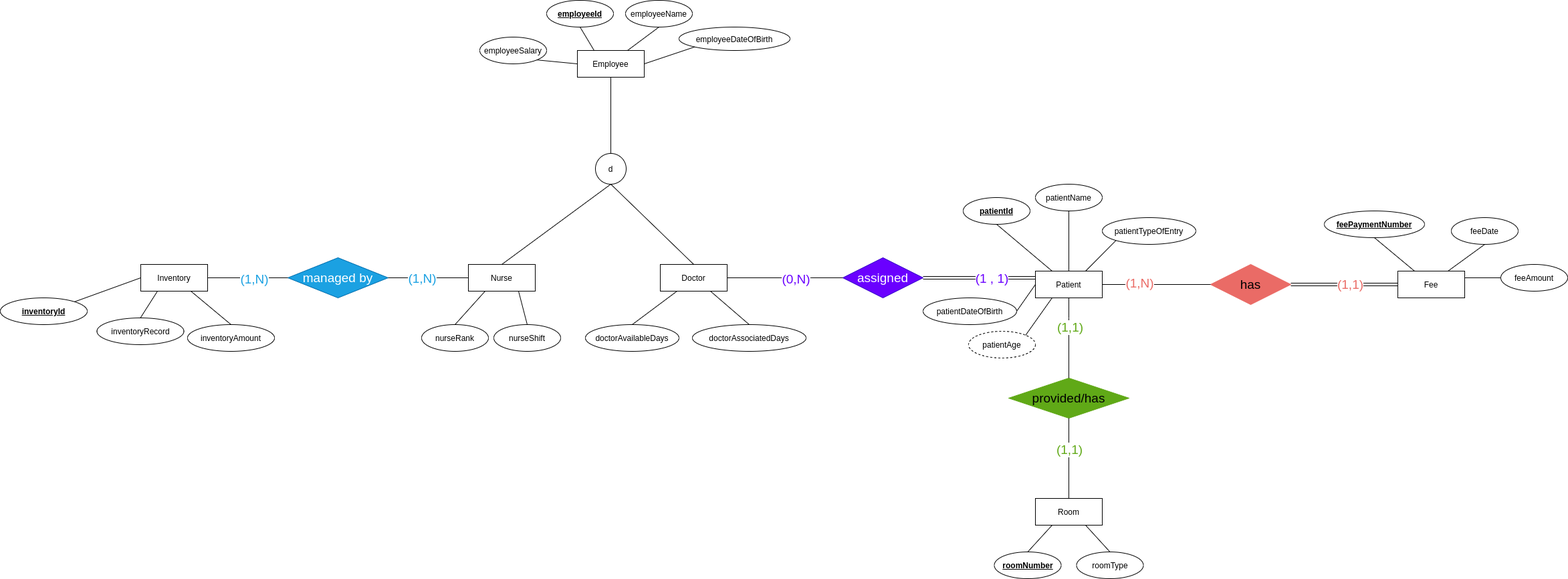
The draw.io diagram System Analysis/Data Modeling/ERRModel.png in MrMoon/Bloom, before a commit. Source tidied: cells renumbered, new cells last; positions are measured from the earlier drawing's top-left corner, leaving out a move shared by most shapes.
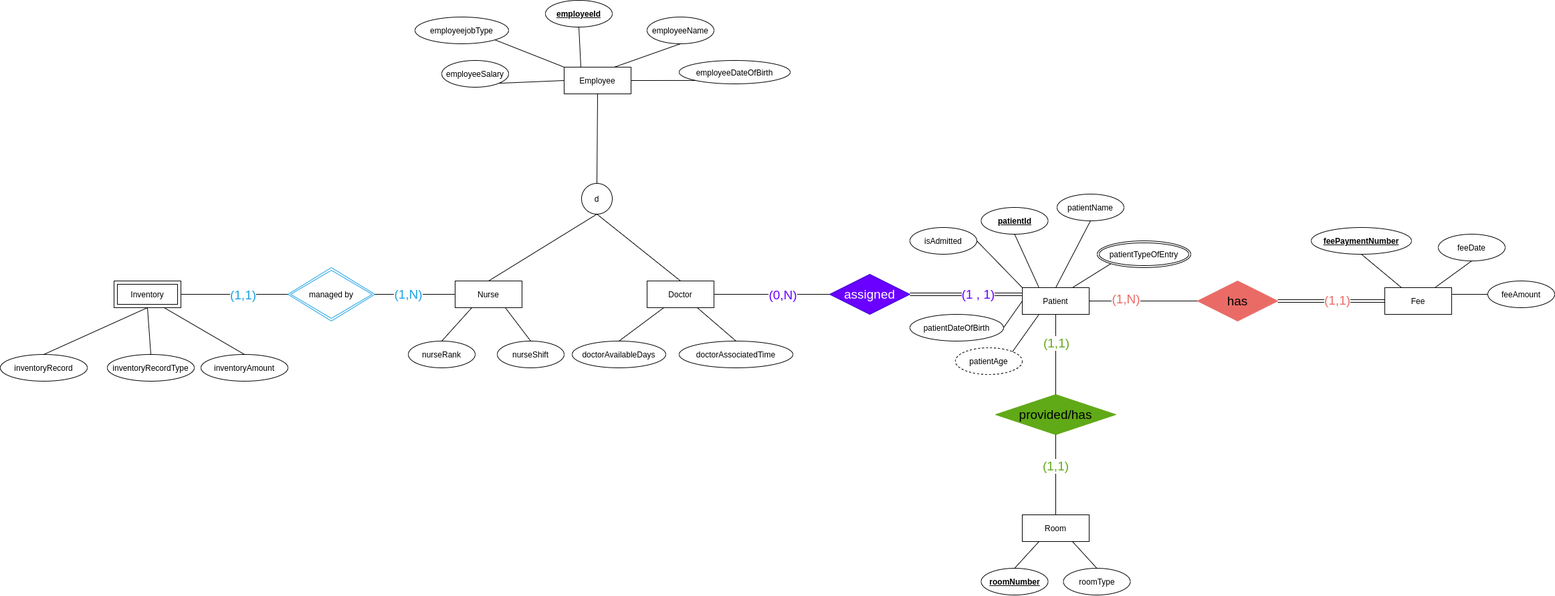
After the change.

What changed in the source:
```diff
@@ -6,10 +6,10 @@
       <mxGeometry x="1548" y="405" width="100" height="40" as="geometry" />
     </mxCell>
     <mxCell id="3" value="&lt;b&gt;patientId&lt;/b&gt;" style="ellipse;whiteSpace=wrap;html=1;align=center;fontStyle=4;" parent="1" vertex="1">
-      <mxGeometry x="1440" y="295" width="100" height="40" as="geometry" />
+      <mxGeometry x="1486.5" y="285" width="100" height="40" as="geometry" />
     </mxCell>
     <mxCell id="4" value="patientName" style="ellipse;whiteSpace=wrap;html=1;align=center;" parent="1" vertex="1">
-      <mxGeometry x="1548" y="275" width="100" height="40" as="geometry" />
+      <mxGeometry x="1600" y="265" width="100" height="40" as="geometry" />
     </mxCell>
     <mxCell id="5" value="patientDateOfBirth" style="ellipse;whiteSpace=wrap;html=1;align=center;" parent="1" vertex="1">
       <mxGeometry x="1380" y="445" width="140" height="40" as="geometry" />
@@ -17,8 +17,8 @@
     <mxCell id="6" value="patientAge" style="ellipse;whiteSpace=wrap;html=1;align=center;dashed=1;" parent="1" vertex="1">
       <mxGeometry x="1448" y="495" width="100" height="40" as="geometry" />
     </mxCell>
-    <mxCell id="7" value="patientTypeOfEntry" style="ellipse;shape=ellipse;margin=3;whiteSpace=wrap;html=1;align=center;" parent="1" vertex="1">
-      <mxGeometry x="1648" y="325" width="140" height="40" as="geometry" />
+    <mxCell id="7" value="patientTypeOfEntry" style="ellipse;shape=doubleEllipse;margin=3;whiteSpace=wrap;html=1;align=center;" parent="1" vertex="1">
+      <mxGeometry x="1660" y="335" width="140" height="40" as="geometry" />
     </mxCell>
     <mxCell id="8" value="Room" style="whiteSpace=wrap;html=1;align=center;" parent="1" vertex="1">
       <mxGeometry x="1548" y="745" width="100" height="40" as="geometry" />
@@ -75,16 +75,16 @@
       <mxGeometry x="863" y="75" width="100" height="40" as="geometry" />
     </mxCell>
     <mxCell id="26" value="&lt;u&gt;&lt;b&gt;employeeId&lt;/b&gt;&lt;/u&gt;" style="ellipse;whiteSpace=wrap;html=1;align=center;" parent="1" vertex="1">
-      <mxGeometry x="817" width="100" height="40" as="geometry" />
+      <mxGeometry x="835" y="-25" width="100" height="40" as="geometry" />
     </mxCell>
     <mxCell id="27" value="employeeName" style="ellipse;whiteSpace=wrap;html=1;align=center;" parent="1" vertex="1">
-      <mxGeometry x="935" width="100" height="40" as="geometry" />
+      <mxGeometry x="987" width="100" height="40" as="geometry" />
     </mxCell>
     <mxCell id="28" value="employeeSalary" style="ellipse;whiteSpace=wrap;html=1;align=center;" parent="1" vertex="1">
-      <mxGeometry x="717" y="55" width="100" height="40" as="geometry" />
+      <mxGeometry x="680" y="65" width="100" height="40" as="geometry" />
     </mxCell>
     <mxCell id="29" value="employeeDateOfBirth" style="ellipse;whiteSpace=wrap;html=1;align=center;" parent="1" vertex="1">
-      <mxGeometry x="1015" y="40" width="166" height="35" as="geometry" />
+      <mxGeometry x="1035" y="65" width="166" height="35" as="geometry" />
     </mxCell>
     <mxCell id="30" style="endArrow=none;html=1;rounded=0;exitX=0.5;exitY=1;exitDx=0;exitDy=0;entryX=0.25;entryY=0;entryDx=0;entryDy=0;" parent="1" edge="1" source="26" target="25">
       <mxGeometry relative="1" as="geometry" />
@@ -102,7 +102,7 @@
       <mxGeometry x="987" y="395" width="100" height="40" as="geometry" />
     </mxCell>
     <mxCell id="35" value="d" style="ellipse;whiteSpace=wrap;html=1;" parent="1" vertex="1">
-      <mxGeometry x="890" y="229" width="46" height="46" as="geometry" />
+      <mxGeometry x="889" y="249" width="46" height="46" as="geometry" />
     </mxCell>
     <mxCell id="36" style="endArrow=none;html=1;rounded=0;exitX=0.5;exitY=1;exitDx=0;exitDy=0;entryX=0.5;entryY=0;entryDx=0;entryDy=0;" parent="1" edge="1" source="25" target="35">
       <mxGeometry relative="1" as="geometry" />
@@ -110,7 +110,7 @@
     <mxCell id="37" style="endArrow=none;html=1;rounded=0;exitX=0.5;exitY=0;exitDx=0;exitDy=0;entryX=0.5;entryY=1;entryDx=0;entryDy=0;" parent="1" edge="1" source="34" target="35">
       <mxGeometry relative="1" as="geometry" />
     </mxCell>
-    <mxCell id="38" value="doctorAssociatedDays" style="ellipse;whiteSpace=wrap;html=1;align=center;" parent="1" vertex="1">
+    <mxCell id="38" value="&lt;span style=&quot;text-align: left&quot;&gt;doctorAssociatedTime&lt;/span&gt;" style="ellipse;whiteSpace=wrap;html=1;align=center;" parent="1" vertex="1">
       <mxGeometry x="1035" y="485" width="170" height="40" as="geometry" />
     </mxCell>
     <mxCell id="39" value="doctorAvailableDays" style="ellipse;whiteSpace=wrap;html=1;align=center;" parent="1" vertex="1">
@@ -122,16 +122,16 @@
     <mxCell id="41" style="endArrow=none;html=1;rounded=0;exitX=0.75;exitY=1;exitDx=0;exitDy=0;entryX=0.5;entryY=0;entryDx=0;entryDy=0;" parent="1" edge="1" source="34" target="38">
       <mxGeometry relative="1" as="geometry" />
     </mxCell>
-    <mxCell id="42" value="Inventory" style="whiteSpace=wrap;html=1;align=center;" parent="1" vertex="1">
-      <mxGeometry x="210" y="395" width="100" height="40" as="geometry" />
+    <mxCell id="42" value="Inventory" style="shape=ext;margin=3;double=1;whiteSpace=wrap;html=1;align=center;" parent="1" vertex="1">
+      <mxGeometry x="190" y="395" width="100" height="40" as="geometry" />
     </mxCell>
     <mxCell id="43" value="inventoryRecord" style="ellipse;whiteSpace=wrap;html=1;align=center;" parent="1" vertex="1">
-      <mxGeometry x="144.5" y="475" width="130" height="40" as="geometry" />
+      <mxGeometry x="20" y="505" width="130" height="40" as="geometry" />
     </mxCell>
     <mxCell id="44" value="inventoryAmount" style="ellipse;whiteSpace=wrap;html=1;align=center;" parent="1" vertex="1">
-      <mxGeometry x="280" y="485" width="130" height="40" as="geometry" />
+      <mxGeometry x="320" y="505" width="130" height="40" as="geometry" />
     </mxCell>
-    <mxCell id="45" style="endArrow=none;html=1;rounded=0;exitX=0.5;exitY=0;exitDx=0;exitDy=0;entryX=0.25;entryY=1;entryDx=0;entryDy=0;" parent="1" edge="1" source="43" target="42">
+    <mxCell id="45" style="endArrow=none;html=1;rounded=0;exitX=0.5;exitY=0;exitDx=0;exitDy=0;entryX=0.5;entryY=1;entryDx=0;entryDy=0;" parent="1" edge="1" source="43" target="42">
       <mxGeometry relative="1" as="geometry" />
     </mxCell>
     <mxCell id="46" style="endArrow=none;html=1;rounded=0;exitX=0.5;exitY=0;exitDx=0;exitDy=0;entryX=0.75;entryY=1;entryDx=0;entryDy=0;" parent="1" edge="1" source="44" target="42">
@@ -175,7 +175,7 @@
       <mxGeometry x="700" y="395" width="100" height="40" as="geometry" />
     </mxCell>
     <mxCell id="58" value="nurseShift" style="ellipse;whiteSpace=wrap;html=1;align=center;" parent="1" vertex="1">
-      <mxGeometry x="738" y="485" width="100" height="40" as="geometry" />
+      <mxGeometry x="763" y="485" width="100" height="40" as="geometry" />
     </mxCell>
     <mxCell id="59" value="nurseRank" style="ellipse;whiteSpace=wrap;html=1;align=center;" parent="1" vertex="1">
       <mxGeometry x="630" y="485" width="100" height="40" as="geometry" />
@@ -204,13 +204,13 @@
     <mxCell id="67" value="&lt;font color=&quot;#6a00ff&quot;&gt;(1 , 1)&lt;/font&gt;" style="edgeLabel;html=1;align=center;verticalAlign=middle;fontSize=19;fontColor=#000000;" parent="66" vertex="1">
       <mxGeometry x="0.21" relative="1" as="geometry" />
     </mxCell>
-    <mxCell id="68" value="managed by" style="shape=rhombus;perimeter=rhombusPerimeter;whiteSpace=wrap;html=1;align=center;strokeColor=#006EAF;fillColor=#1ba1e2;fontSize=19;fontColor=#ffffff;" parent="1" vertex="1">
-      <mxGeometry x="430" y="385" width="150" height="60" as="geometry" />
+    <mxCell id="68" value="managed by" style="shape=rhombus;double=1;perimeter=rhombusPerimeter;whiteSpace=wrap;html=1;align=center;strokeColor=#1ba1e2;" parent="1" vertex="1">
+      <mxGeometry x="450" y="375" width="130" height="80" as="geometry" />
     </mxCell>
     <mxCell id="69" style="endArrow=none;html=1;rounded=0;fontSize=19;fontColor=#000000;exitX=1;exitY=0.5;exitDx=0;exitDy=0;entryX=0;entryY=0.5;entryDx=0;entryDy=0;" parent="1" edge="1" source="42" target="68">
       <mxGeometry relative="1" as="geometry" />
     </mxCell>
-    <mxCell id="70" value="&lt;font color=&quot;#1ba1e2&quot;&gt;(1,N)&lt;/font&gt;" style="edgeLabel;html=1;align=center;verticalAlign=middle;fontSize=19;fontColor=#000000;" parent="69" vertex="1">
+    <mxCell id="70" value="&lt;font color=&quot;#1ba1e2&quot;&gt;(1,1)&lt;/font&gt;" style="edgeLabel;html=1;align=center;verticalAlign=middle;fontSize=19;fontColor=#000000;" parent="69" vertex="1">
       <mxGeometry x="0.16" y="-1" relative="1" as="geometry" />
     </mxCell>
     <mxCell id="71" style="endArrow=none;html=1;rounded=0;fontSize=19;fontColor=#000000;exitX=1;exitY=0.5;exitDx=0;exitDy=0;entryX=0;entryY=0.5;entryDx=0;entryDy=0;" parent="1" edge="1" source="68" target="57">
@@ -219,11 +219,23 @@
     <mxCell id="72" value="&lt;font color=&quot;#1ba1e2&quot;&gt;(1,N)&lt;/font&gt;" style="edgeLabel;html=1;align=center;verticalAlign=middle;fontSize=19;fontColor=#000000;" parent="71" vertex="1">
       <mxGeometry x="-0.16" relative="1" as="geometry" />
     </mxCell>
-    <mxCell id="73" value="&lt;b&gt;&lt;u&gt;inventoryId&lt;/u&gt;&lt;/b&gt;" style="ellipse;whiteSpace=wrap;html=1;align=center;" parent="1" vertex="1">
-      <mxGeometry y="445" width="130" height="40" as="geometry" />
-    </mxCell>
-    <mxCell id="74" style="endArrow=none;html=1;rounded=0;fontSize=19;fontColor=#000000;exitX=1;exitY=0;exitDx=0;exitDy=0;entryX=0;entryY=0.5;entryDx=0;entryDy=0;" parent="1" edge="1" source="73" target="42">
-      <mxGeometry relative="1" as="geometry" />
-    </mxCell>
+    <mxCell id="75" value="inventoryRecordType" style="ellipse;whiteSpace=wrap;html=1;align=center;strokeWidth=1;" parent="1" vertex="1">
+      <mxGeometry x="180" y="505" width="130" height="40" as="geometry" />
+    </mxCell>
+    <mxCell id="76" style="endArrow=none;html=1;rounded=0;exitX=0.5;exitY=1;exitDx=0;exitDy=0;entryX=0.5;entryY=0;entryDx=0;entryDy=0;" parent="1" edge="1" source="42" target="75">
+      <mxGeometry relative="1" as="geometry" />
+    </mxCell>
+    <mxCell id="77" value="&lt;span style=&quot;text-align: left&quot;&gt;isAdmitted&lt;/span&gt;" style="ellipse;whiteSpace=wrap;html=1;align=center;" parent="1" vertex="1">
+      <mxGeometry x="1380" y="315" width="100" height="40" as="geometry" />
+    </mxCell>
+    <mxCell id="78" style="endArrow=none;html=1;rounded=0;exitX=1;exitY=0.5;exitDx=0;exitDy=0;entryX=0;entryY=0;entryDx=0;entryDy=0;" parent="1" edge="1" source="77" target="2">
+      <mxGeometry relative="1" as="geometry" />
+    </mxCell>
+    <mxCell id="79" value="employeejobType" style="ellipse;whiteSpace=wrap;html=1;align=center;" parent="1" vertex="1">
+      <mxGeometry x="640" width="140" height="40" as="geometry" />
+    </mxCell>
+    <mxCell id="80" style="endArrow=none;html=1;rounded=0;exitX=1;exitY=1;exitDx=0;exitDy=0;entryX=0;entryY=0;entryDx=0;entryDy=0;" parent="1" edge="1" source="79" target="25">
+      <mxGeometry relative="1" as="geometry" />
+    </mxCell>
   </root>
 </mxGraphModel>
```
